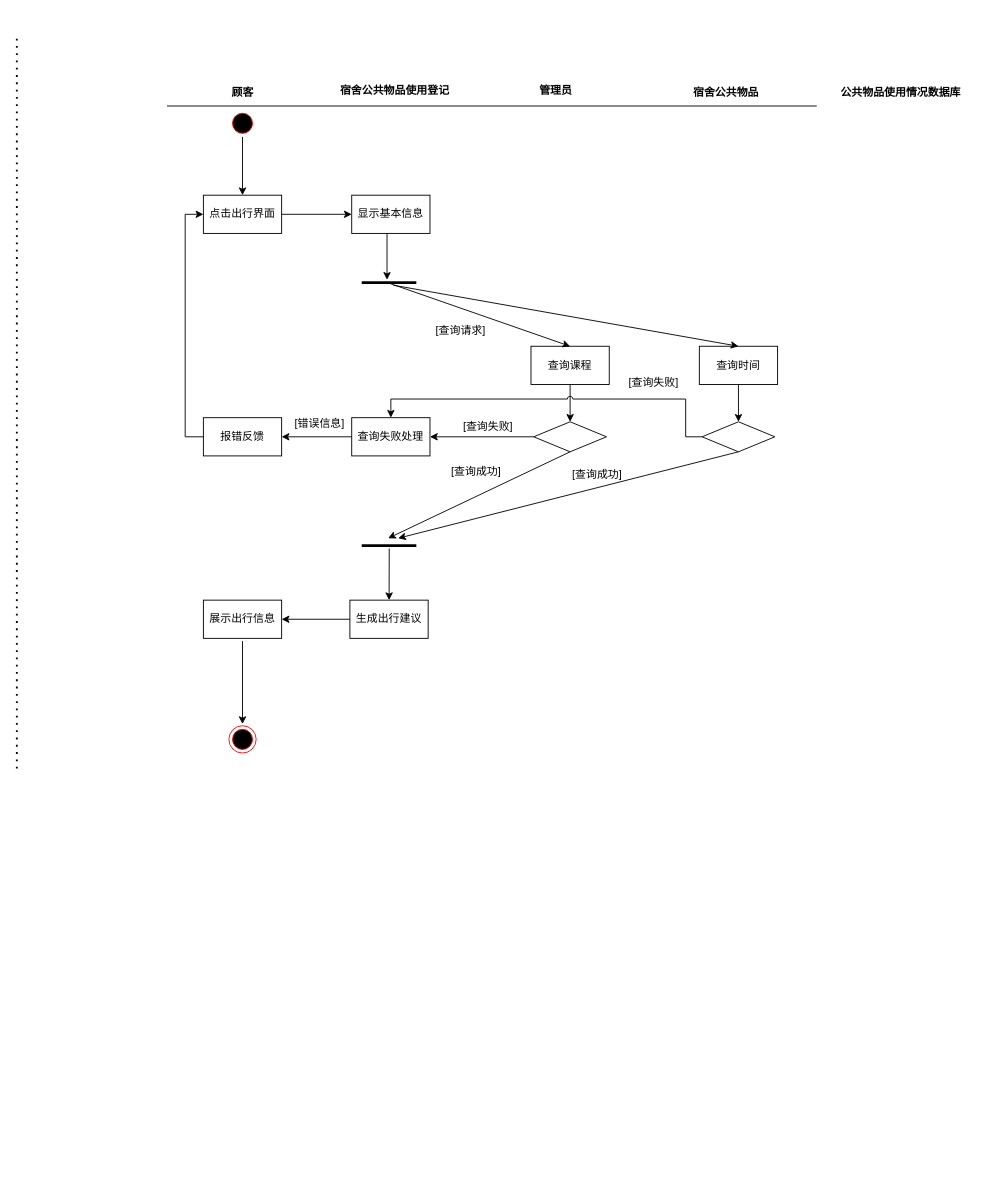
Above: 软件工程公共物品借用.drawio in ZYNsama666/BackUp (draw.io), before the change. Source tidied: cells renumbered, new cells numbered last; positions are measured from the earlier drawing's top-left corner, leaving out a move shared by most shapes. Both pictures are drawn from the tidied source at 91%, with x=0, y=0 at pixel (16, 37).
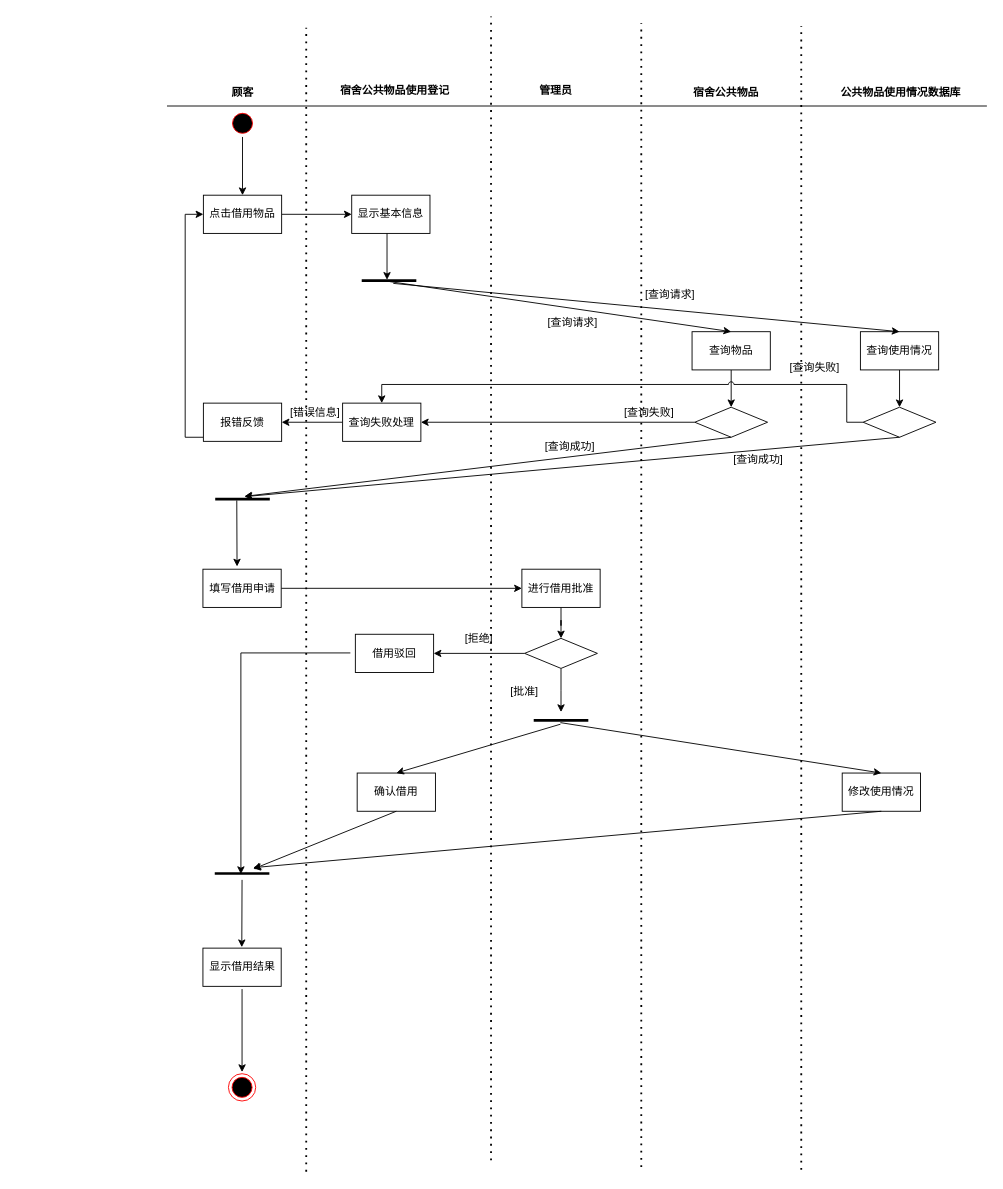
The same diagram, later.

Commit message (it also covers changes not shown here):
更新软件工程公共物品借用.drawio

Change to the diagram source:
```diff
@@
     <mxCell id="2" style="line;strokeWidth=1;fillColor=none;align=left;verticalAlign=middle;spacingTop=-1;spacingLeft=3;spacingRight=3;labelPosition=right;strokeColor=inherit;" parent="1" vertex="1">
-      <mxGeometry x="165" y="71" width="714" height="8" as="geometry" />
+      <mxGeometry x="165" y="71" width="901" height="8" as="geometry" />
     </mxCell>
@@
-    <mxCell id="10" value="点击出行界面" style="html=1;whiteSpace=wrap;" parent="1" vertex="1">
+    <mxCell id="10" value="点击借用物品" style="html=1;whiteSpace=wrap;" parent="1" vertex="1">
       <mxGeometry x="205" y="173" width="86" height="42" as="geometry" />
     </mxCell>
@@
-    <mxCell id="13" value="查询课程" style="html=1;whiteSpace=wrap;" parent="1" vertex="1">
-      <mxGeometry x="565" y="339" width="86" height="42" as="geometry" />
+    <mxCell id="13" value="查询物品" style="html=1;whiteSpace=wrap;" parent="1" vertex="1">
+      <mxGeometry x="742" y="323" width="86" height="42" as="geometry" />
     </mxCell>
@@
     <mxCell id="15" style="rhombus;whiteSpace=wrap;html=1;" parent="1" vertex="1">
-      <mxGeometry x="568" y="422" width="80" height="33" as="geometry" />
+      <mxGeometry x="745" y="406" width="80" height="33" as="geometry" />
     </mxCell>
     <mxCell id="16" style="ellipse;html=1;shape=endState;fillColor=#000000;strokeColor=#ff0000;" parent="1" vertex="1">
-      <mxGeometry x="233" y="756" width="30" height="30" as="geometry" />
+      <mxGeometry x="232.5" y="1138.4" width="30" height="30" as="geometry" />
     </mxCell>
     <mxCell id="17" style="endArrow=classic;html=1;rounded=0;" parent="1" edge="1">
       <mxGeometry relative="1" as="geometry">
-        <mxPoint x="248" y="663" as="sourcePoint" />
-        <mxPoint x="248" y="754.2" as="targetPoint" />
+        <mxPoint x="247.5" y="1045.4" as="sourcePoint" />
+        <mxPoint x="247.5" y="1136.6" as="targetPoint" />
       </mxGeometry>
     </mxCell>
     <mxCell id="18" style="endArrow=none;dashed=1;html=1;dashPattern=1 3;strokeWidth=2;rounded=0;" parent="1" edge="1">
       <mxGeometry relative="1" as="geometry">
-        <mxPoint y="803" as="sourcePoint" />
-        <mxPoint as="targetPoint" />
+        <mxPoint x="318" y="1246" as="sourcePoint" />
+        <mxPoint x="318" y="-11" as="targetPoint" />
       </mxGeometry>
     </mxCell>
@@
     <mxCell id="20" style="line;strokeWidth=3;dashed=0;labelPosition=right;align=left;verticalAlign=middle;spacingTop=0;spacingLeft=6;points=[];portConstraint=eastwest;fontSize=13;" parent="1" vertex="1">
-      <mxGeometry x="379" y="264" width="60" height="10" as="geometry" />
+      <mxGeometry x="379" y="262" width="60" height="10" as="geometry" />
     </mxCell>
@@
     <mxCell id="22" value="[查询请求]" style="text;html=1;strokeColor=none;fillColor=none;align=center;verticalAlign=middle;whiteSpace=wrap;rounded=0;" parent="1" vertex="1">
-      <mxGeometry x="458" y="307" width="60" height="30" as="geometry" />
+      <mxGeometry x="581" y="298" width="60" height="30" as="geometry" />
     </mxCell>
@@
     <mxCell id="24" value="查询失败处理" style="html=1;whiteSpace=wrap;" parent="1" vertex="1">
-      <mxGeometry x="368" y="417.5" width="86" height="42" as="geometry" />
+      <mxGeometry x="358" y="401.5" width="86" height="42" as="geometry" />
     </mxCell>
     <mxCell id="25" value="[查询失败]" style="text;html=1;strokeColor=none;fillColor=none;align=center;verticalAlign=middle;whiteSpace=wrap;rounded=0;" parent="1" vertex="1">
-      <mxGeometry x="488" y="413" width="60" height="30" as="geometry" />
+      <mxGeometry x="665" y="397" width="60" height="30" as="geometry" />
     </mxCell>
-    <mxCell id="26" style="edgeStyle=orthogonalEdgeStyle;rounded=0;jettySize=auto;html=1;" parent="1" edge="1" source="27" target="31">
-      <mxGeometry relative="1" as="geometry" />
-    </mxCell>
-    <mxCell id="27" value="生成出行建议" style="html=1;whiteSpace=wrap;" parent="1" vertex="1">
-      <mxGeometry x="366" y="618" width="86" height="42" as="geometry" />
+    <mxCell id="27" value="确认借用" style="html=1;whiteSpace=wrap;" parent="1" vertex="1">
+      <mxGeometry x="374" y="808" width="86" height="42" as="geometry" />
     </mxCell>
@@
     <mxCell id="29" value="报错反馈" style="html=1;whiteSpace=wrap;" parent="1" vertex="1">
-      <mxGeometry x="205" y="417.5" width="86" height="42" as="geometry" />
+      <mxGeometry x="205" y="401.5" width="86" height="42" as="geometry" />
     </mxCell>
     <mxCell id="30" value="[错误信息]" style="text;html=1;strokeColor=none;fillColor=none;align=center;verticalAlign=middle;whiteSpace=wrap;rounded=0;" parent="1" vertex="1">
-      <mxGeometry x="303" y="409" width="60" height="30" as="geometry" />
+      <mxGeometry x="298" y="397" width="60" height="30" as="geometry" />
     </mxCell>
-    <mxCell id="31" value="展示出行信息" style="html=1;whiteSpace=wrap;" parent="1" vertex="1">
-      <mxGeometry x="205" y="618" width="86" height="42" as="geometry" />
+    <mxCell id="31" value="显示借用结果" style="html=1;whiteSpace=wrap;" parent="1" vertex="1">
+      <mxGeometry x="204.5" y="1000.4" width="86" height="42" as="geometry" />
     </mxCell>
     <mxCell id="32" style="line;strokeWidth=3;dashed=0;labelPosition=right;align=left;verticalAlign=middle;spacingTop=0;spacingLeft=6;points=[];portConstraint=eastwest;fontSize=13;" parent="1" vertex="1">
-      <mxGeometry x="379" y="553" width="60" height="10" as="geometry" />
+      <mxGeometry x="218" y="502" width="60" height="10" as="geometry" />
     </mxCell>
-    <mxCell id="33" style="endArrow=classic;html=1;rounded=0;exitX=0.504;exitY=0.826;exitDx=0;exitDy=0;exitPerimeter=0;" parent="1" edge="1" source="32" target="27">
-      <mxGeometry relative="1" as="geometry" />
-    </mxCell>
-    <mxCell id="34" style="endArrow=classic;html=1;rounded=0;exitX=0.5;exitY=1;exitDx=0;exitDy=0;" parent="1" edge="1" source="15">
-      <mxGeometry relative="1" as="geometry">
-        <mxPoint x="408" y="550" as="targetPoint" />
-      </mxGeometry>
+    <mxCell id="34" style="endArrow=classic;html=1;rounded=0;exitX=0.5;exitY=1;exitDx=0;exitDy=0;entryX=0.533;entryY=0.2;entryDx=0;entryDy=0;entryPerimeter=0;" parent="1" edge="1" source="15" target="32">
+      <mxGeometry relative="1" as="geometry" />
     </mxCell>
     <mxCell id="35" value="[查询成功]" style="text;html=1;strokeColor=none;fillColor=none;align=center;verticalAlign=middle;whiteSpace=wrap;rounded=0;" parent="1" vertex="1">
-      <mxGeometry x="475" y="462" width="60" height="30" as="geometry" />
+      <mxGeometry x="578" y="435" width="60" height="30" as="geometry" />
     </mxCell>
@@
-    <mxCell id="37" value="查询时间" style="html=1;whiteSpace=wrap;" parent="1" vertex="1">
-      <mxGeometry x="750" y="339" width="86" height="42" as="geometry" />
+    <mxCell id="37" value="查询使用情况" style="html=1;whiteSpace=wrap;" parent="1" vertex="1">
+      <mxGeometry x="927" y="323" width="86" height="42" as="geometry" />
     </mxCell>
     <mxCell id="38" style="edgeStyle=orthogonalEdgeStyle;rounded=0;jettySize=auto;html=1;entryX=0.5;entryY=0;entryDx=0;entryDy=0;jumpStyle=arc;" parent="1" edge="1" source="39" target="24">
       <mxGeometry relative="1" as="geometry">
         <Array as="points">
-          <mxPoint x="735" y="439" />
-          <mxPoint x="735" y="397" />
-          <mxPoint x="411" y="397" />
+          <mxPoint x="912" y="423" />
+          <mxPoint x="912" y="381" />
+          <mxPoint x="401" y="381" />
         </Array>
       </mxGeometry>
     </mxCell>
     <mxCell id="39" style="rhombus;whiteSpace=wrap;html=1;" parent="1" vertex="1">
-      <mxGeometry x="753" y="422" width="80" height="33" as="geometry" />
+      <mxGeometry x="930" y="406" width="80" height="33" as="geometry" />
     </mxCell>
@@
-    <mxCell id="41" style="endArrow=classic;html=1;rounded=0;exitX=0.5;exitY=1;exitDx=0;exitDy=0;" parent="1" edge="1" source="39">
-      <mxGeometry relative="1" as="geometry">
-        <mxPoint x="419" y="550" as="targetPoint" />
-      </mxGeometry>
+    <mxCell id="41" style="endArrow=classic;html=1;rounded=0;exitX=0.5;exitY=1;exitDx=0;exitDy=0;entryX=0.542;entryY=0.224;entryDx=0;entryDy=0;entryPerimeter=0;" parent="1" edge="1" source="39" target="32">
+      <mxGeometry relative="1" as="geometry" />
     </mxCell>
     <mxCell id="42" value="[查询失败]" style="text;html=1;strokeColor=none;fillColor=none;align=center;verticalAlign=middle;whiteSpace=wrap;rounded=0;" parent="1" vertex="1">
-      <mxGeometry x="670" y="364" width="60" height="30" as="geometry" />
+      <mxGeometry x="847" y="348" width="60" height="30" as="geometry" />
     </mxCell>
     <mxCell id="43" value="[查询成功]" style="text;html=1;strokeColor=none;fillColor=none;align=center;verticalAlign=middle;whiteSpace=wrap;rounded=0;" parent="1" vertex="1">
-      <mxGeometry x="608" y="465" width="60" height="30" as="geometry" />
+      <mxGeometry x="785" y="449" width="60" height="30" as="geometry" />
     </mxCell>
@@
+    <mxCell id="45" value="[查询请求]" style="text;html=1;strokeColor=none;fillColor=none;align=center;verticalAlign=middle;whiteSpace=wrap;rounded=0;" parent="1" vertex="1">
+      <mxGeometry x="688" y="268" width="60" height="30" as="geometry" />
+    </mxCell>
+    <mxCell id="46" style="endArrow=classic;html=1;rounded=0;exitX=0.395;exitY=0.642;exitDx=0;exitDy=0;exitPerimeter=0;" parent="1" edge="1" source="32">
+      <mxGeometry relative="1" as="geometry">
+        <mxPoint x="242" y="581" as="targetPoint" />
+      </mxGeometry>
+    </mxCell>
+    <mxCell id="47" style="edgeStyle=orthogonalEdgeStyle;rounded=0;jettySize=auto;html=1;" parent="1" edge="1" source="48" target="50">
+      <mxGeometry relative="1" as="geometry" />
+    </mxCell>
+    <mxCell id="48" value="填写借用申请" style="html=1;whiteSpace=wrap;" parent="1" vertex="1">
+      <mxGeometry x="204.5" y="584" width="86" height="42" as="geometry" />
+    </mxCell>
+    <mxCell id="49" style="edgeStyle=orthogonalEdgeStyle;rounded=0;jettySize=auto;html=1;entryX=0.5;entryY=0;entryDx=0;entryDy=0;" parent="1" edge="1" source="50" target="53">
+      <mxGeometry relative="1" as="geometry" />
+    </mxCell>
+    <mxCell id="50" value="进行借用批准" style="html=1;whiteSpace=wrap;" parent="1" vertex="1">
+      <mxGeometry x="555" y="584" width="86" height="42" as="geometry" />
+    </mxCell>
+    <mxCell id="51" style="edgeStyle=orthogonalEdgeStyle;rounded=0;jettySize=auto;html=1;" parent="1" edge="1" source="53">
+      <mxGeometry relative="1" as="geometry">
+        <mxPoint x="598" y="741" as="targetPoint" />
+      </mxGeometry>
+    </mxCell>
+    <mxCell id="52" style="edgeStyle=orthogonalEdgeStyle;rounded=0;jettySize=auto;html=1;entryX=1;entryY=0.5;entryDx=0;entryDy=0;" parent="1" edge="1" source="53" target="62">
+      <mxGeometry relative="1" as="geometry" />
+    </mxCell>
+    <mxCell id="53" style="rhombus;whiteSpace=wrap;html=1;" parent="1" vertex="1">
+      <mxGeometry x="558" y="660" width="80" height="33" as="geometry" />
+    </mxCell>
+    <mxCell id="54" style="line;strokeWidth=3;dashed=0;labelPosition=right;align=left;verticalAlign=middle;spacingTop=0;spacingLeft=6;points=[];portConstraint=eastwest;fontSize=13;" parent="1" vertex="1">
+      <mxGeometry x="568" y="745" width="60" height="10" as="geometry" />
+    </mxCell>
+    <mxCell id="55" style="endArrow=classic;html=1;rounded=0;exitX=0.49;exitY=0.932;exitDx=0;exitDy=0;exitPerimeter=0;entryX=0.5;entryY=0;entryDx=0;entryDy=0;" parent="1" edge="1" source="54" target="27">
+      <mxGeometry relative="1" as="geometry" />
+    </mxCell>
+    <mxCell id="56" value="[批准]" style="text;html=1;strokeColor=none;fillColor=none;align=center;verticalAlign=middle;whiteSpace=wrap;rounded=0;" parent="1" vertex="1">
+      <mxGeometry x="528" y="704" width="60" height="30" as="geometry" />
+    </mxCell>
+    <mxCell id="57" value="[拒绝]" style="text;html=1;strokeColor=none;fillColor=none;align=center;verticalAlign=middle;whiteSpace=wrap;rounded=0;" parent="1" vertex="1">
+      <mxGeometry x="478" y="646" width="60" height="30" as="geometry" />
+    </mxCell>
+    <mxCell id="58" style="line;strokeWidth=3;dashed=0;labelPosition=right;align=left;verticalAlign=middle;spacingTop=0;spacingLeft=6;points=[];portConstraint=eastwest;fontSize=13;" parent="1" vertex="1">
+      <mxGeometry x="217.5" y="913.4" width="60" height="10" as="geometry" />
+    </mxCell>
+    <mxCell id="59" style="endArrow=classic;html=1;rounded=0;" parent="1" edge="1">
+      <mxGeometry relative="1" as="geometry">
+        <mxPoint x="247.5" y="925.4" as="sourcePoint" />
+        <mxPoint x="247.2" y="999.4" as="targetPoint" />
+      </mxGeometry>
+    </mxCell>
+    <mxCell id="60" style="endArrow=classic;html=1;rounded=0;exitX=0.5;exitY=1;exitDx=0;exitDy=0;" parent="1" edge="1" source="27" target="58">
+      <mxGeometry relative="1" as="geometry" />
+    </mxCell>
+    <mxCell id="61" style="edgeStyle=orthogonalEdgeStyle;rounded=0;jettySize=auto;html=1;entryX=0.479;entryY=0.564;entryDx=0;entryDy=0;entryPerimeter=0;" parent="1" edge="1" target="58">
+      <mxGeometry relative="1" as="geometry">
+        <mxPoint x="366.5" y="676" as="sourcePoint" />
+        <Array as="points">
+          <mxPoint x="246.5" y="676.4" />
+          <mxPoint x="246.5" y="919.4" />
+        </Array>
+      </mxGeometry>
+    </mxCell>
+    <mxCell id="62" value="借用驳回" style="html=1;whiteSpace=wrap;" parent="1" vertex="1">
+      <mxGeometry x="372" y="655.5" width="86" height="42" as="geometry" />
+    </mxCell>
+    <mxCell id="63" value="修改使用情况" style="html=1;whiteSpace=wrap;" parent="1" vertex="1">
+      <mxGeometry x="907" y="808" width="86" height="42" as="geometry" />
+    </mxCell>
+    <mxCell id="64" style="endArrow=classic;html=1;rounded=0;exitX=0.489;exitY=0.76;exitDx=0;exitDy=0;exitPerimeter=0;entryX=0.5;entryY=0;entryDx=0;entryDy=0;" parent="1" edge="1" source="54" target="63">
+      <mxGeometry relative="1" as="geometry" />
+    </mxCell>
+    <mxCell id="65" style="endArrow=classic;html=1;rounded=0;exitX=0.5;exitY=1;exitDx=0;exitDy=0;" parent="1" edge="1" source="63">
+      <mxGeometry relative="1" as="geometry">
+        <mxPoint x="259.6" y="912" as="targetPoint" />
+      </mxGeometry>
+    </mxCell>
+    <mxCell id="66" style="endArrow=none;dashed=1;html=1;dashPattern=1 3;strokeWidth=2;rounded=0;" parent="1" edge="1">
+      <mxGeometry relative="1" as="geometry">
+        <mxPoint x="521.1" y="1233.5" as="sourcePoint" />
+        <mxPoint x="521.1" y="-23.5" as="targetPoint" />
+      </mxGeometry>
+    </mxCell>
+    <mxCell id="67" style="endArrow=none;dashed=1;html=1;dashPattern=1 3;strokeWidth=2;rounded=0;" parent="1" edge="1">
+      <mxGeometry relative="1" as="geometry">
+        <mxPoint x="686.2" y="1241" as="sourcePoint" />
+        <mxPoint x="686.2" y="-16" as="targetPoint" />
+      </mxGeometry>
+    </mxCell>
+    <mxCell id="68" style="endArrow=none;dashed=1;html=1;dashPattern=1 3;strokeWidth=2;rounded=0;" parent="1" edge="1">
+      <mxGeometry relative="1" as="geometry">
+        <mxPoint x="862" y="1244" as="sourcePoint" />
+        <mxPoint x="862" y="-13" as="targetPoint" />
+      </mxGeometry>
+    </mxCell>
```
